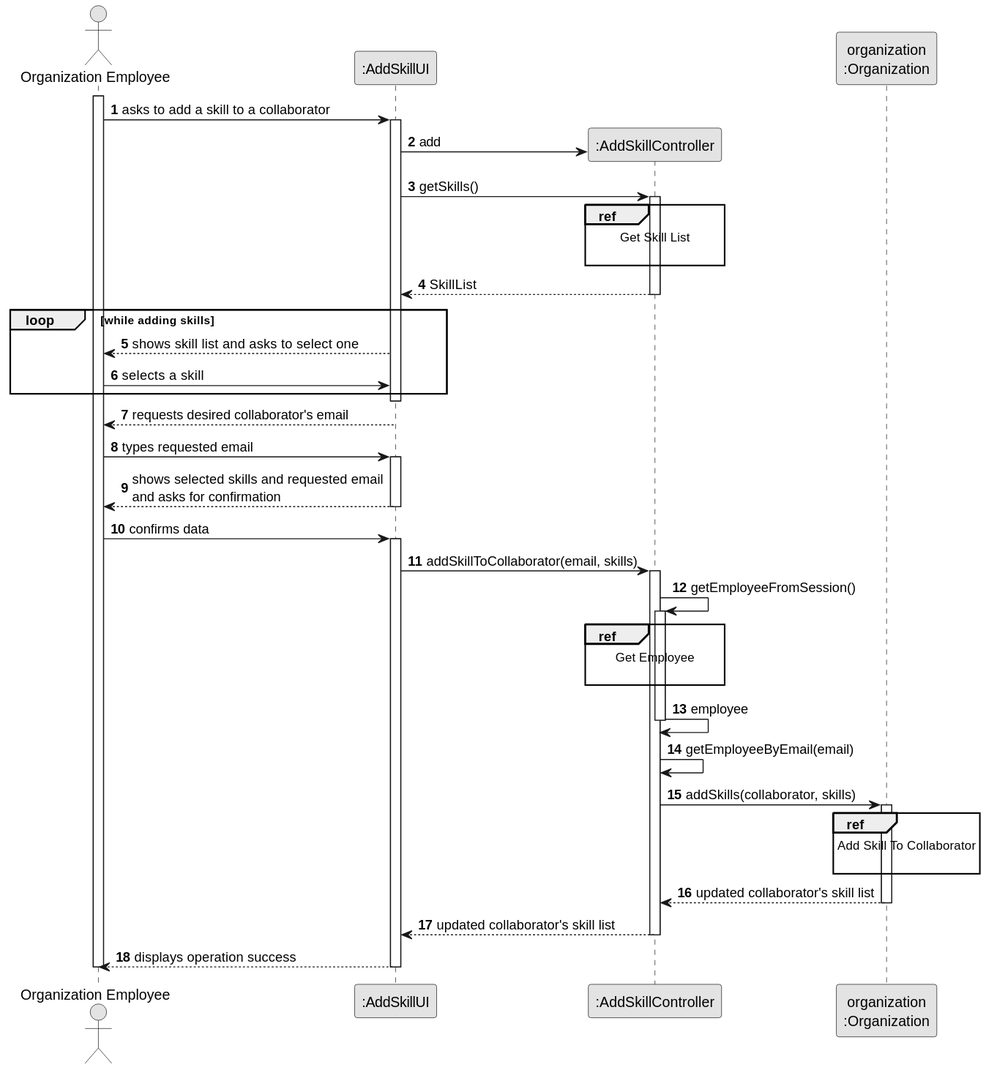
Before: docs/sprintB/us004/03.design/svg/us004-sequence-diagram-split.svg, a diagram exported from PlantUML (RicardoMorim/lapr2-ISEP-Project).
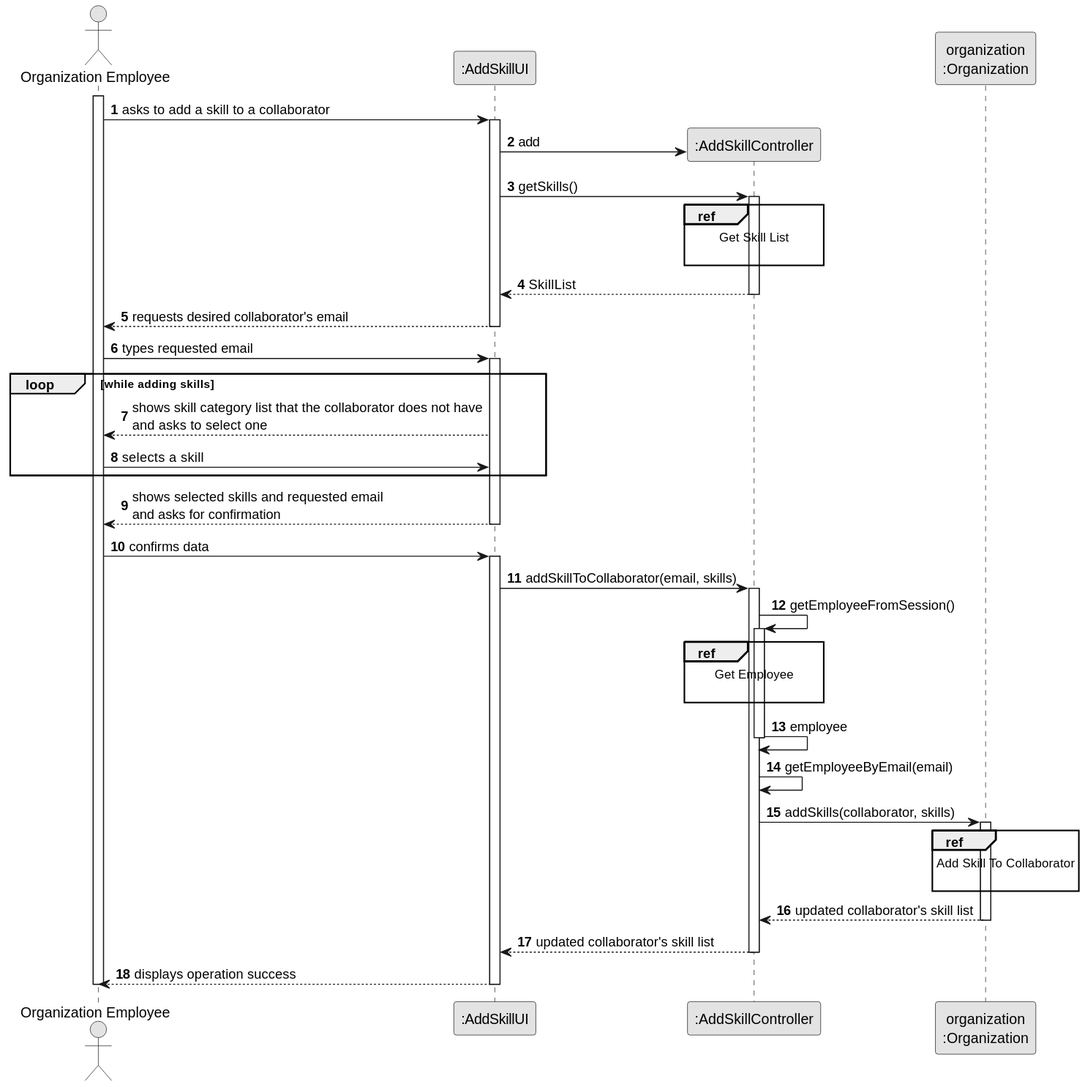
The same diagram one commit later.

The edit, as a diff of the source:
```diff
@@ -28,20 +28,16 @@
             CTRL --> UI : SkillList
         deactivate CTRL
 
-        loop while adding skills
-            UI --> ADM : shows skill list and asks to select one
-            ADM -> UI : selects a skill
-        end
-    deactivate UI
-
-    activate UI
 
         UI --> ADM : requests desired collaborator's email
     deactivate UI
 
     ADM -> UI : types requested email
     activate UI
-
+        loop while adding skills
+            UI --> ADM : shows skill category list that the collaborator does not have\nand asks to select one
+            ADM -> UI : selects a skill
+        end
         UI --> ADM : shows selected skills and requested email\nand asks for confirmation
     deactivate UI
 
```
